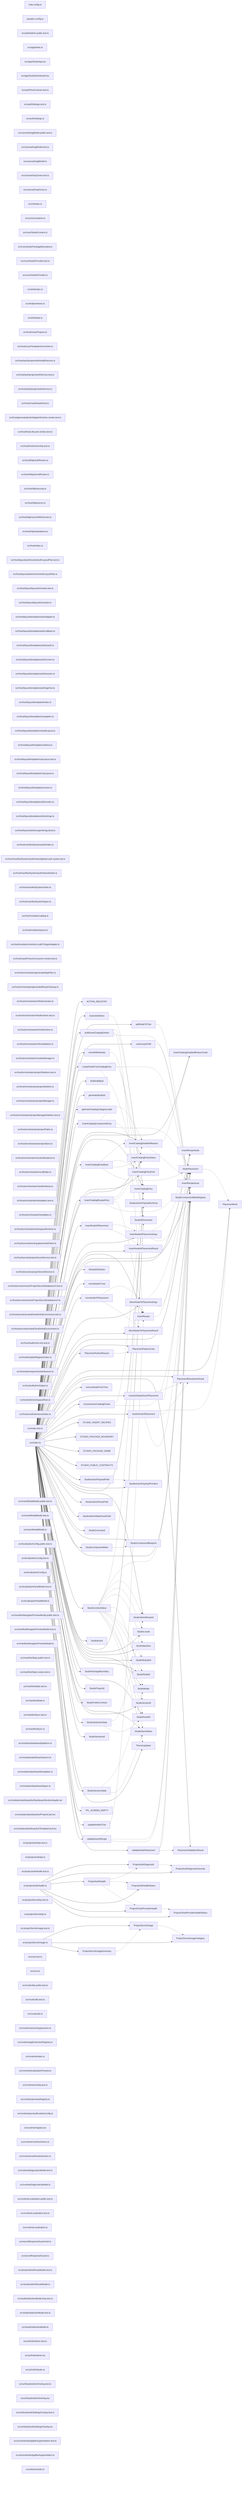
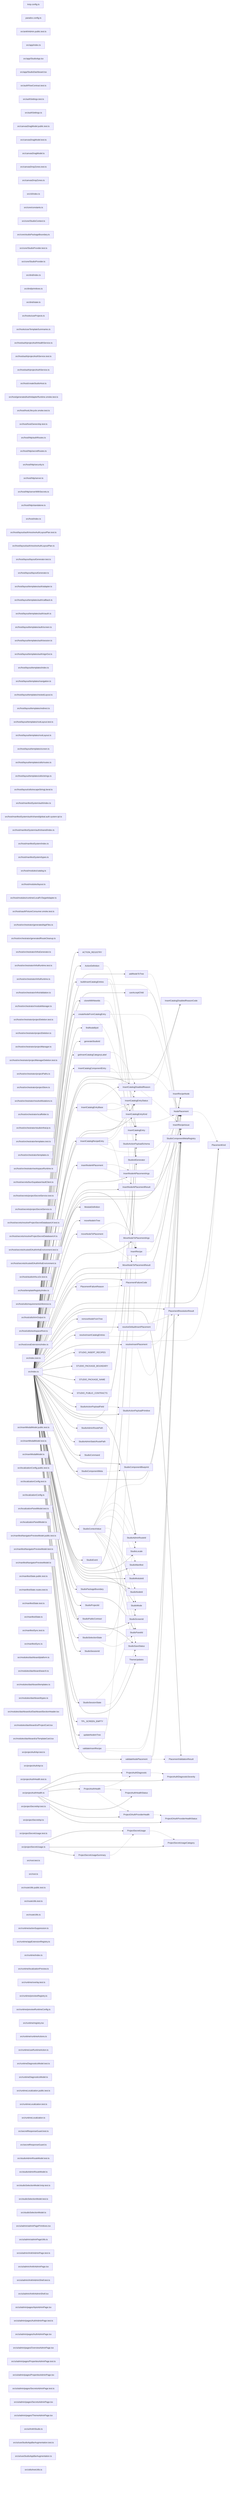
graph LR
  module_knip_config_ts["knip.config.ts"]
  module_paradox_config_ts["paradox.config.ts"]
  module_src_ankhAdmin_public_test_ts["src/ankhAdmin.public.test.ts"]
  module_src_app_index_ts["src/app/index.ts"]
  module_src_app_StudioApp_tsx["src/app/StudioApp.tsx"]
  module_src_app_StudioDashboard_tsx["src/app/StudioDashboard.tsx"]
  module_src_authFlowContract_test_ts["src/authFlowContract.test.ts"]
  module_src_authSettings_test_ts["src/authSettings.test.ts"]
  module_src_authSettings_ts["src/authSettings.ts"]
  module_src_canvasDragModel_public_test_ts["src/canvasDragModel.public.test.ts"]
  module_src_canvasDragModel_test_ts["src/canvasDragModel.test.ts"]
  module_src_canvasDragModel_ts["src/canvasDragModel.ts"]
  module_src_canvasDropZones_test_ts["src/canvasDropZones.test.ts"]
  module_src_canvasDropZones_ts["src/canvasDropZones.ts"]
  module_src_cli_index_ts["src/cli/index.ts"]
  module_src_core_constants_ts["src/core/constants.ts"]
  module_src_core_StudioContext_ts["src/core/StudioContext.ts"]
  module_src_core_studioPackageBoundary_ts["src/core/studioPackageBoundary.ts"]
  module_src_core_StudioProvider_test_ts["src/core/StudioProvider.test.ts"]
  module_src_core_StudioProvider_ts["src/core/StudioProvider.ts"]
  module_src_dnd_index_ts["src/dnd/index.ts"]
  module_src_dnd_primitives_ts["src/dnd/primitives.ts"]
  module_src_dnd_state_ts["src/dnd/state.ts"]
  module_src_hooks_useProjects_ts["src/hooks/useProjects.ts"]
  module_src_hooks_useTemplateSummaries_ts["src/hooks/useTemplateSummaries.ts"]
  module_src_host_auth_projectAuthHealthService_ts["src/host/auth/projectAuthHealthService.ts"]
  module_src_host_auth_projectAuthService_test_ts["src/host/auth/projectAuthService.test.ts"]
  module_src_host_auth_projectAuthService_ts["src/host/auth/projectAuthService.ts"]
  module_src_host_createStudioHost_ts["src/host/createStudioHost.ts"]
  module_src_host_generatedAuthAdapterRuntime_smoke_test_ts["src/host/generatedAuthAdapterRuntime.smoke.test.ts"]
  module_src_host_hostLifecycle_smoke_test_ts["src/host/hostLifecycle.smoke.test.ts"]
  module_src_host_hostOwnership_test_ts["src/host/hostOwnership.test.ts"]
  module_src_host_http_authRoutes_ts["src/host/http/authRoutes.ts"]
  module_src_host_http_secretRoutes_ts["src/host/http/secretRoutes.ts"]
  module_src_host_http_security_ts["src/host/http/security.ts"]
  module_src_host_http_server_ts["src/host/http/server.ts"]
  module_src_host_http_serverWithSecrets_ts["src/host/http/serverWithSecrets.ts"]
  module_src_host_http_standalone_ts["src/host/http/standalone.ts"]
  module_src_host_index_ts["src/host/index.ts"]
  module_src_host_layout_auth_resolveAuthLayoutPlan_test_ts["src/host/layout/auth/resolveAuthLayoutPlan.test.ts"]
  module_src_host_layout_auth_resolveAuthLayoutPlan_ts["src/host/layout/auth/resolveAuthLayoutPlan.ts"]
  module_src_host_layout_layoutGenerator_test_ts["src/host/layout/layoutGenerator.test.ts"]
  module_src_host_layout_layoutGenerator_ts["src/host/layout/layoutGenerator.ts"]
  module_src_host_layout_templates_auth_adapter_ts["src/host/layout/templates/auth/adapter.ts"]
  module_src_host_layout_templates_auth_callback_ts["src/host/layout/templates/auth/callback.ts"]
  module_src_host_layout_templates_auth_oauth_ts["src/host/layout/templates/auth/oauth.ts"]
  module_src_host_layout_templates_auth_screen_ts["src/host/layout/templates/auth/screen.ts"]
  module_src_host_layout_templates_auth_session_ts["src/host/layout/templates/auth/session.ts"]
  module_src_host_layout_templates_auth_signOut_ts["src/host/layout/templates/auth/signOut.ts"]
  module_src_host_layout_templates_index_ts["src/host/layout/templates/index.ts"]
  module_src_host_layout_templates_navigation_ts["src/host/layout/templates/navigation.ts"]
  module_src_host_layout_templates_nestedLayout_ts["src/host/layout/templates/nestedLayout.ts"]
  module_src_host_layout_templates_redirect_ts["src/host/layout/templates/redirect.ts"]
  module_src_host_layout_templates_rootLayout_test_ts["src/host/layout/templates/rootLayout.test.ts"]
  module_src_host_layout_templates_rootLayout_ts["src/host/layout/templates/rootLayout.ts"]
  module_src_host_layout_templates_screen_ts["src/host/layout/templates/screen.ts"]
  module_src_host_layout_templates_utils_routes_ts["src/host/layout/templates/utils/routes.ts"]
  module_src_host_layout_templates_utils_strings_ts["src/host/layout/templates/utils/strings.ts"]
  module_src_host_layout_utils_escapeStringLiteral_ts["src/host/layout/utils/escapeStringLiteral.ts"]
  module_src_host_manifestSystem_auth_index_ts["src/host/manifestSystem/auth/index.ts"]
  module_src_host_manifestSystem_auth_shared_global_auth_system_tpl_ts["src/host/manifestSystem/auth/shared/global.auth.system.tpl.ts"]
  module_src_host_manifestSystem_auth_shared_index_ts["src/host/manifestSystem/auth/shared/index.ts"]
  module_src_host_manifestSystem_index_ts["src/host/manifestSystem/index.ts"]
  module_src_host_manifestSystem_types_ts["src/host/manifestSystem/types.ts"]
  module_src_host_modules_catalog_ts["src/host/modules/catalog.ts"]
  module_src_host_modules_layout_ts["src/host/modules/layout.ts"]
  module_src_host_modules_runtime_LocalFsTargetAdapter_ts["src/host/modules/runtime/LocalFsTargetAdapter.ts"]
  module_src_host_oauthFixtureConsumer_smoke_test_ts["src/host/oauthFixtureConsumer.smoke.test.ts"]
  module_src_host_orchestrator_generatedAppFiles_ts["src/host/orchestrator/generatedAppFiles.ts"]
  module_src_host_orchestrator_generatedRouteCleanup_ts["src/host/orchestrator/generatedRouteCleanup.ts"]
  module_src_host_orchestrator_infraGenerator_ts["src/host/orchestrator/infraGenerator.ts"]
  module_src_host_orchestrator_infraRuntime_test_ts["src/host/orchestrator/infraRuntime.test.ts"]
  module_src_host_orchestrator_infraRuntime_ts["src/host/orchestrator/infraRuntime.ts"]
  module_src_host_orchestrator_infraValidation_ts["src/host/orchestrator/infraValidation.ts"]
  module_src_host_orchestrator_moduleManager_ts["src/host/orchestrator/moduleManager.ts"]
  module_src_host_orchestrator_projectDeletion_test_ts["src/host/orchestrator/projectDeletion.test.ts"]
  module_src_host_orchestrator_projectDeletion_ts["src/host/orchestrator/projectDeletion.ts"]
  module_src_host_orchestrator_projectManager_ts["src/host/orchestrator/projectManager.ts"]
  module_src_host_orchestrator_projectManagerDeletion_test_ts["src/host/orchestrator/projectManagerDeletion.test.ts"]
  module_src_host_orchestrator_projectPaths_ts["src/host/orchestrator/projectPaths.ts"]
  module_src_host_orchestrator_projectStore_ts["src/host/orchestrator/projectStore.ts"]
  module_src_host_orchestrator_resolveMutations_ts["src/host/orchestrator/resolveMutations.ts"]
  module_src_host_orchestrator_scaffolder_ts["src/host/orchestrator/scaffolder.ts"]
  module_src_host_orchestrator_studioInfraUp_ts["src/host/orchestrator/studioInfraUp.ts"]
  module_src_host_orchestrator_templates_test_ts["src/host/orchestrator/templates.test.ts"]
  module_src_host_orchestrator_templates_ts["src/host/orchestrator/templates.ts"]
  module_src_host_orchestrator_workspaceRuntime_ts["src/host/orchestrator/workspaceRuntime.ts"]
  module_src_host_secrets_bunSupabaseVaultClient_ts["src/host/secrets/bunSupabaseVaultClient.ts"]
  module_src_host_secrets_projectSecretService_test_ts["src/host/secrets/projectSecretService.test.ts"]
  module_src_host_secrets_projectSecretService_ts["src/host/secrets/projectSecretService.ts"]
  module_src_host_secrets_resolveProjectSecretDatabaseUrl_test_ts["src/host/secrets/resolveProjectSecretDatabaseUrl.test.ts"]
  module_src_host_secrets_resolveProjectSecretDatabaseUrl_ts["src/host/secrets/resolveProjectSecretDatabaseUrl.ts"]
  module_src_host_secrets_trustedOAuthInfraEnvironment_test_ts["src/host/secrets/trustedOAuthInfraEnvironment.test.ts"]
  module_src_host_secrets_trustedOAuthInfraEnvironment_ts["src/host/secrets/trustedOAuthInfraEnvironment.ts"]
  module_src_host_studioInfra_e2e_test_ts["src/host/studioInfra.e2e.test.ts"]
  module_src_host_templateRegistry_index_ts["src/host/templateRegistry/index.ts"]
  module_src_host_utils_requirementsInference_ts["src/host/utils/requirementsInference.ts"]
  module_src_host_utils_trimOutput_ts["src/host/utils/trimOutput.ts"]
  module_src_host_utils_workspaceRoot_ts["src/host/utils/workspaceRoot.ts"]
  module_src_host_zoraExtensions_index_ts["src/host/zoraExtensions/index.ts"]
  module_src_index_test_ts["src/index.test.ts"]
  module_src_index_ts["src/index.ts"]
  module_src_insertModalModel_public_test_ts["src/insertModalModel.public.test.ts"]
  module_src_insertModalModel_test_ts["src/insertModalModel.test.ts"]
  module_src_insertModalModel_ts["src/insertModalModel.ts"]
  module_src_localizationConfig_public_test_ts["src/localizationConfig.public.test.ts"]
  module_src_localizationConfig_test_ts["src/localizationConfig.test.ts"]
  module_src_localizationConfig_ts["src/localizationConfig.ts"]
  module_src_localizationPanelModel_test_ts["src/localizationPanelModel.test.ts"]
  module_src_localizationPanelModel_ts["src/localizationPanelModel.ts"]
  module_src_manifestNavigatorPreviewModel_public_test_ts["src/manifestNavigatorPreviewModel.public.test.ts"]
  module_src_manifestNavigatorPreviewModel_test_ts["src/manifestNavigatorPreviewModel.test.ts"]
  module_src_manifestNavigatorPreviewModel_ts["src/manifestNavigatorPreviewModel.ts"]
  module_src_manifestState_public_test_ts["src/manifestState.public.test.ts"]
  module_src_manifestState_routes_test_ts["src/manifestState.routes.test.ts"]
  module_src_manifestState_test_ts["src/manifestState.test.ts"]
  module_src_manifestState_ts["src/manifestState.ts"]
  module_src_manifestSync_test_ts["src/manifestSync.test.ts"]
  module_src_manifestSync_ts["src/manifestSync.ts"]
  module_src_modules_dashboard_platform_ts["src/modules/dashboard/platform.ts"]
  module_src_modules_dashboard_search_ts["src/modules/dashboard/search.ts"]
  module_src_modules_dashboard_templates_ts["src/modules/dashboard/templates.ts"]
  module_src_modules_dashboard_types_ts["src/modules/dashboard/types.ts"]
  module_src_modules_dashboard_ui_DashboardSectionHeader_tsx["src/modules/dashboard/ui/DashboardSectionHeader.tsx"]
  module_src_modules_dashboard_ui_ProjectCard_tsx["src/modules/dashboard/ui/ProjectCard.tsx"]
  module_src_modules_dashboard_ui_TemplateCard_tsx["src/modules/dashboard/ui/TemplateCard.tsx"]
  module_src_projectAuthApi_test_ts["src/projectAuthApi.test.ts"]
  module_src_projectAuthApi_ts["src/projectAuthApi.ts"]
  module_src_projectAuthHealth_test_ts["src/projectAuthHealth.test.ts"]
  module_src_projectAuthHealth_ts["src/projectAuthHealth.ts"]
  module_src_projectSecretApi_test_ts["src/projectSecretApi.test.ts"]
  module_src_projectSecretApi_ts["src/projectSecretApi.ts"]
  module_src_projectSecretUsage_test_ts["src/projectSecretUsage.test.ts"]
  module_src_projectSecretUsage_ts["src/projectSecretUsage.ts"]
  module_src_root_test_ts["src/root.test.ts"]
  module_src_root_ts["src/root.ts"]
  module_src_routeUtils_public_test_ts["src/routeUtils.public.test.ts"]
  module_src_routeUtils_test_ts["src/routeUtils.test.ts"]
  module_src_routeUtils_ts["src/routeUtils.ts"]
  module_src_runtime_actionSuppression_ts["src/runtime/actionSuppression.ts"]
  module_src_runtime_appExtensionRegistry_ts["src/runtime/appExtensionRegistry.ts"]
  module_src_runtime_index_ts["src/runtime/index.ts"]
  module_src_runtime_localizationPreview_ts["src/runtime/localizationPreview.ts"]
  module_src_runtime_overlay_test_ts["src/runtime/overlay.test.ts"]
  module_src_runtime_previewRegistry_ts["src/runtime/previewRegistry.ts"]
  module_src_runtime_previewRuntimeConfig_ts["src/runtime/previewRuntimeConfig.ts"]
  module_src_runtime_registry_tsx["src/runtime/registry.tsx"]
  module_src_runtime_runtimeActions_ts["src/runtime/runtimeActions.ts"]
  module_src_runtime_useRuntimeAction_ts["src/runtime/useRuntimeAction.ts"]
  module_src_runtimeDiagnosticsModel_test_ts["src/runtimeDiagnosticsModel.test.ts"]
  module_src_runtimeDiagnosticsModel_ts["src/runtimeDiagnosticsModel.ts"]
  module_src_runtimeLocalization_public_test_ts["src/runtimeLocalization.public.test.ts"]
  module_src_runtimeLocalization_test_ts["src/runtimeLocalization.test.ts"]
  module_src_runtimeLocalization_ts["src/runtimeLocalization.ts"]
  module_src_secretResponseGuard_test_ts["src/secretResponseGuard.test.ts"]
  module_src_secretResponseGuard_ts["src/secretResponseGuard.ts"]
  module_src_studioAdminRouteModel_test_ts["src/studioAdminRouteModel.test.ts"]
  module_src_studioAdminRouteModel_ts["src/studioAdminRouteModel.ts"]
  module_src_studioSelectionModel_knip_test_ts["src/studioSelectionModel.knip.test.ts"]
  module_src_studioSelectionModel_test_ts["src/studioSelectionModel.test.ts"]
  module_src_studioSelectionModel_ts["src/studioSelectionModel.ts"]
-   module_src_ui_AnkhAdmin_test_ts["src/ui/AnkhAdmin.test.ts"]
-   module_src_ui_AnkhAdmin_tsx["src/ui/AnkhAdmin.tsx"]
+   module_src_ui_admin_adminPagePrimitives_tsx["src/ui/admin/adminPagePrimitives.tsx"]
+   module_src_ui_admin_adminPageUtils_ts["src/ui/admin/adminPageUtils.ts"]
+   module_src_ui_admin_AnkhAdminPage_test_ts["src/ui/admin/AnkhAdminPage.test.ts"]
+   module_src_ui_admin_AnkhAdminPage_tsx["src/ui/admin/AnkhAdminPage.tsx"]
+   module_src_ui_admin_AnkhAdminShell_test_ts["src/ui/admin/AnkhAdminShell.test.ts"]
+   module_src_ui_admin_AnkhAdminShell_tsx["src/ui/admin/AnkhAdminShell.tsx"]
+   module_src_ui_admin_pages_ApisAdminPage_tsx["src/ui/admin/pages/ApisAdminPage.tsx"]
+   module_src_ui_admin_pages_AuthAdminPage_test_ts["src/ui/admin/pages/AuthAdminPage.test.ts"]
+   module_src_ui_admin_pages_AuthAdminPage_tsx["src/ui/admin/pages/AuthAdminPage.tsx"]
+   module_src_ui_admin_pages_OverviewAdminPage_tsx["src/ui/admin/pages/OverviewAdminPage.tsx"]
+   module_src_ui_admin_pages_PropertiesAdminPage_test_ts["src/ui/admin/pages/PropertiesAdminPage.test.ts"]
+   module_src_ui_admin_pages_PropertiesAdminPage_tsx["src/ui/admin/pages/PropertiesAdminPage.tsx"]
+   module_src_ui_admin_pages_SecretsAdminPage_test_ts["src/ui/admin/pages/SecretsAdminPage.test.ts"]
+   module_src_ui_admin_pages_SecretsAdminPage_tsx["src/ui/admin/pages/SecretsAdminPage.tsx"]
+   module_src_ui_admin_pages_ThemeAdminPage_tsx["src/ui/admin/pages/ThemeAdminPage.tsx"]
  module_src_ui_AnkhStudio_ts["src/ui/AnkhStudio.ts"]
-   module_src_ui_StudioAdminOverlay_test_ts["src/ui/StudioAdminOverlay.test.ts"]
-   module_src_ui_StudioAdminOverlay_tsx["src/ui/StudioAdminOverlay.tsx"]
-   module_src_ui_StudioAuthSettingsOverlay_test_ts["src/ui/StudioAuthSettingsOverlay.test.ts"]
-   module_src_ui_StudioAuthSettingsOverlay_tsx["src/ui/StudioAuthSettingsOverlay.tsx"]
  module_src_ui_useStudioAppBarAugmentation_test_ts["src/ui/useStudioAppBarAugmentation.test.ts"]
  module_src_ui_useStudioAppBarAugmentation_ts["src/ui/useStudioAppBarAugmentation.ts"]
  module_src_utils_treeUtils_ts["src/utils/treeUtils.ts"]
  export_ACTION_REGISTRY["ACTION_REGISTRY"]
  module_src_index_ts --> export_ACTION_REGISTRY
  export_ActionDefinition["ActionDefinition"]
  module_src_index_ts --> export_ActionDefinition
  export_ActionDefinition -.-> export_StudioActionPayloadSchema
  export_addNodeToTree["addNodeToTree"]
  module_src_index_ts --> export_addNodeToTree
  export_addNodeToTree -.-> export_StudioComponentMetaRegistry
  export_buildInsertCatalogEntries["buildInsertCatalogEntries"]
  module_src_index_ts --> export_buildInsertCatalogEntries
  export_buildInsertCatalogEntries -.-> export_InsertCatalogEntry
  export_buildInsertCatalogEntries -.-> export_InsertRecipe
  export_buildInsertCatalogEntries -.-> export_StudioComponentMetaRegistry
  export_canAcceptChild["canAcceptChild"]
  module_src_index_ts --> export_canAcceptChild
  export_canAcceptChild -.-> export_StudioComponentMetaRegistry
  export_cloneWithNewIds["cloneWithNewIds"]
  module_src_index_ts --> export_cloneWithNewIds
  export_cloneWithNewIds -.-> export_StudioIdGenerator
  export_createNodeFromCatalogEntry["createNodeFromCatalogEntry"]
  module_src_index_ts --> export_createNodeFromCatalogEntry
  export_createNodeFromCatalogEntry -.-> export_InsertCatalogEntry
  export_createNodeFromCatalogEntry -.-> export_StudioComponentMetaRegistry
  export_createNodeFromCatalogEntry -.-> export_StudioIdGenerator
  export_findNodeById["findNodeById"]
  module_src_index_ts --> export_findNodeById
  export_generateStudioId["generateStudioId"]
  module_src_index_ts --> export_generateStudioId
  export_getInsertCatalogCategoryLabel["getInsertCatalogCategoryLabel"]
  module_src_index_ts --> export_getInsertCatalogCategoryLabel
  export_InsertCatalogComponentEntry["InsertCatalogComponentEntry"]
  module_src_index_ts --> export_InsertCatalogComponentEntry
  export_InsertCatalogComponentEntry -.-> export_InsertCatalogDisabledReason
  export_InsertCatalogComponentEntry -.-> export_InsertCatalogEntryStatus
  export_InsertCatalogComponentEntry -.-> export_NodePlacement
  export_InsertCatalogDisabledReason["InsertCatalogDisabledReason"]
  module_src_index_ts --> export_InsertCatalogDisabledReason
  export_InsertCatalogDisabledReason -.-> export_InsertCatalogDisabledReasonCode
  export_InsertCatalogDisabledReason -.-> export_InsertRecipeIssue
  export_InsertCatalogDisabledReasonCode["InsertCatalogDisabledReasonCode"]
  module_src_index_ts --> export_InsertCatalogDisabledReasonCode
  export_InsertCatalogEntry["InsertCatalogEntry"]
  module_src_index_ts --> export_InsertCatalogEntry
  export_InsertCatalogEntryBase["InsertCatalogEntryBase"]
  module_src_index_ts --> export_InsertCatalogEntryBase
  export_InsertCatalogEntryBase -.-> export_InsertCatalogDisabledReason
  export_InsertCatalogEntryBase -.-> export_InsertCatalogEntryKind
  export_InsertCatalogEntryBase -.-> export_InsertCatalogEntryStatus
  export_InsertCatalogEntryBase -.-> export_NodePlacement
  export_InsertCatalogEntryKind["InsertCatalogEntryKind"]
  module_src_index_ts --> export_InsertCatalogEntryKind
  export_InsertCatalogEntryStatus["InsertCatalogEntryStatus"]
  module_src_index_ts --> export_InsertCatalogEntryStatus
  export_InsertCatalogRecipeEntry["InsertCatalogRecipeEntry"]
  module_src_index_ts --> export_InsertCatalogRecipeEntry
  export_InsertCatalogRecipeEntry -.-> export_InsertCatalogDisabledReason
  export_InsertCatalogRecipeEntry -.-> export_InsertCatalogEntryStatus
  export_InsertCatalogRecipeEntry -.-> export_InsertRecipe
  export_InsertCatalogRecipeEntry -.-> export_NodePlacement
  export_insertNodeAtPlacement["insertNodeAtPlacement"]
  module_src_index_ts --> export_insertNodeAtPlacement
  export_insertNodeAtPlacement -.-> export_InsertNodeAtPlacementArgs
  export_insertNodeAtPlacement -.-> export_InsertNodeAtPlacementResult
  export_InsertNodeAtPlacementArgs["InsertNodeAtPlacementArgs"]
  module_src_index_ts --> export_InsertNodeAtPlacementArgs
  export_InsertNodeAtPlacementArgs -.-> export_NodePlacement
  export_InsertNodeAtPlacementArgs -.-> export_StudioComponentMetaRegistry
  export_InsertNodeAtPlacementResult["InsertNodeAtPlacementResult"]
  module_src_index_ts --> export_InsertNodeAtPlacementResult
  export_InsertRecipe["InsertRecipe"]
  module_src_index_ts --> export_InsertRecipe
  export_InsertRecipe -.-> export_InsertRecipeNode
  export_InsertRecipeIssue["InsertRecipeIssue"]
  module_src_index_ts --> export_InsertRecipeIssue
  export_InsertRecipeNode["InsertRecipeNode"]
  module_src_index_ts --> export_InsertRecipeNode
  export_ModuleDefinition["ModuleDefinition"]
  module_src_index_ts --> export_ModuleDefinition
  export_moveNodeInTree["moveNodeInTree"]
  module_src_index_ts --> export_moveNodeInTree
  export_moveNodeToPlacement["moveNodeToPlacement"]
  module_src_index_ts --> export_moveNodeToPlacement
  export_moveNodeToPlacement -.-> export_MoveNodeToPlacementArgs
  export_moveNodeToPlacement -.-> export_MoveNodeToPlacementResult
  export_MoveNodeToPlacementArgs["MoveNodeToPlacementArgs"]
  module_src_index_ts --> export_MoveNodeToPlacementArgs
  export_MoveNodeToPlacementArgs -.-> export_NodePlacement
  export_MoveNodeToPlacementArgs -.-> export_StudioComponentMetaRegistry
  export_MoveNodeToPlacementResult["MoveNodeToPlacementResult"]
  module_src_index_ts --> export_MoveNodeToPlacementResult
  export_NodePlacement["NodePlacement"]
  module_src_index_ts --> export_NodePlacement
  export_NodePlacement -.-> export_PlacementKind
  export_PlacementFailureCode["PlacementFailureCode"]
  module_src_index_ts --> export_PlacementFailureCode
  export_PlacementFailureReason["PlacementFailureReason"]
  module_src_index_ts --> export_PlacementFailureReason
  export_PlacementFailureReason -.-> export_PlacementFailureCode
  export_PlacementKind["PlacementKind"]
  module_src_index_ts --> export_PlacementKind
  export_PlacementResolutionResult["PlacementResolutionResult"]
  module_src_index_ts --> export_PlacementResolutionResult
  export_PlacementValidationResult["PlacementValidationResult"]
  module_src_index_ts --> export_PlacementValidationResult
  export_ProjectAuthDiagnostic["ProjectAuthDiagnostic"]
  module_src_projectAuthHealth_ts --> export_ProjectAuthDiagnostic
  export_ProjectAuthDiagnostic -.-> export_ProjectAuthDiagnosticSeverity
  export_ProjectAuthDiagnosticSeverity["ProjectAuthDiagnosticSeverity"]
  module_src_projectAuthHealth_ts --> export_ProjectAuthDiagnosticSeverity
  export_ProjectAuthHealth["ProjectAuthHealth"]
  module_src_projectAuthHealth_ts --> export_ProjectAuthHealth
  export_ProjectAuthHealth -.-> export_ProjectAuthDiagnostic
  export_ProjectAuthHealth -.-> export_ProjectAuthHealthStatus
  export_ProjectAuthHealth -.-> export_ProjectOAuthProviderHealth
  export_ProjectAuthHealthStatus["ProjectAuthHealthStatus"]
  module_src_projectAuthHealth_ts --> export_ProjectAuthHealthStatus
  export_ProjectOAuthProviderHealth["ProjectOAuthProviderHealth"]
  module_src_projectAuthHealth_ts --> export_ProjectOAuthProviderHealth
  export_ProjectOAuthProviderHealth -.-> export_ProjectOAuthProviderHealthStatus
  export_ProjectOAuthProviderHealthStatus["ProjectOAuthProviderHealthStatus"]
  module_src_projectAuthHealth_ts --> export_ProjectOAuthProviderHealthStatus
  export_ProjectSecretUsage["ProjectSecretUsage"]
  module_src_projectSecretUsage_ts --> export_ProjectSecretUsage
  export_ProjectSecretUsage -.-> export_ProjectSecretUsageCategory
  export_ProjectSecretUsageCategory["ProjectSecretUsageCategory"]
  module_src_projectSecretUsage_ts --> export_ProjectSecretUsageCategory
  export_ProjectSecretUsageSummary["ProjectSecretUsageSummary"]
  module_src_projectSecretUsage_ts --> export_ProjectSecretUsageSummary
  export_ProjectSecretUsageSummary -.-> export_ProjectSecretUsage
  export_removeNodeFromTree["removeNodeFromTree"]
  module_src_index_ts --> export_removeNodeFromTree
  export_resolveDefaultInsertPlacement["resolveDefaultInsertPlacement"]
  module_src_index_ts --> export_resolveDefaultInsertPlacement
  export_resolveDefaultInsertPlacement -.-> export_PlacementResolutionResult
  export_resolveDefaultInsertPlacement -.-> export_StudioComponentMetaRegistry
  export_resolveInsertCatalogEntries["resolveInsertCatalogEntries"]
  module_src_index_ts --> export_resolveInsertCatalogEntries
  export_resolveInsertCatalogEntries -.-> export_InsertCatalogEntry
  export_resolveInsertCatalogEntries -.-> export_StudioComponentMetaRegistry
  export_resolveInsertPlacement["resolveInsertPlacement"]
  module_src_index_ts --> export_resolveInsertPlacement
  export_resolveInsertPlacement -.-> export_PlacementKind
  export_resolveInsertPlacement -.-> export_PlacementResolutionResult
  export_resolveInsertPlacement -.-> export_StudioComponentMetaRegistry
  export_STUDIO_INSERT_RECIPES["STUDIO_INSERT_RECIPES"]
  module_src_index_ts --> export_STUDIO_INSERT_RECIPES
  export_STUDIO_PACKAGE_BOUNDARY["STUDIO_PACKAGE_BOUNDARY"]
  module_src_index_ts --> export_STUDIO_PACKAGE_BOUNDARY
  export_STUDIO_PACKAGE_NAME["STUDIO_PACKAGE_NAME"]
  module_src_index_ts --> export_STUDIO_PACKAGE_NAME
  export_STUDIO_PUBLIC_CONTRACTS["STUDIO_PUBLIC_CONTRACTS"]
  module_src_index_ts --> export_STUDIO_PUBLIC_CONTRACTS
  export_StudioActionPayloadField["StudioActionPayloadField"]
  module_src_index_ts --> export_StudioActionPayloadField
  export_StudioActionPayloadField -.-> export_StudioActionPayloadPrimitive
  export_StudioActionPayloadPrimitive["StudioActionPayloadPrimitive"]
  module_src_index_ts --> export_StudioActionPayloadPrimitive
  export_StudioActionPayloadSchema["StudioActionPayloadSchema"]
  module_src_index_ts --> export_StudioActionPayloadSchema
  export_StudioAdminRouteId["StudioAdminRouteId"]
  module_src_index_ts --> export_StudioAdminRouteId
  export_StudioAdminRoutePath["StudioAdminRoutePath"]
  module_src_index_ts --> export_StudioAdminRoutePath
  export_StudioAdminStaticRoutePath["StudioAdminStaticRoutePath"]
  module_src_index_ts --> export_StudioAdminStaticRoutePath
  export_StudioCommand["StudioCommand"]
  module_src_index_ts --> export_StudioCommand
  export_StudioComponentBlueprint["StudioComponentBlueprint"]
  module_src_index_ts --> export_StudioComponentBlueprint
  export_StudioComponentMeta["StudioComponentMeta"]
  module_src_index_ts --> export_StudioComponentMeta
  export_StudioComponentMeta -.-> export_StudioComponentBlueprint
  export_StudioComponentMetaRegistry["StudioComponentMetaRegistry"]
  module_src_index_ts --> export_StudioComponentMetaRegistry
  export_StudioContextValue["StudioContextValue"]
  module_src_index_ts --> export_StudioContextValue
  export_StudioContextValue -.-> export_InsertCatalogEntry
  export_StudioContextValue -.-> export_NodePlacement
  export_StudioContextValue -.-> export_StudioAdminRouteId
  export_StudioContextValue -.-> export_StudioLocale
  export_StudioContextValue -.-> export_StudioManifest
  export_StudioContextValue -.-> export_StudioMode
  export_StudioContextValue -.-> export_StudioModuleId
  export_StudioContextValue -.-> export_StudioNodeId
  export_StudioContextValue -.-> export_StudioPanelId
  export_StudioContextValue -.-> export_StudioSaveStatus
  export_StudioContextValue -.-> export_StudioScreenId
  export_StudioContextValue -.-> export_ThemeUpdates
  export_StudioEvent["StudioEvent"]
  module_src_index_ts --> export_StudioEvent
  export_StudioIdGenerator["StudioIdGenerator"]
  module_src_index_ts --> export_StudioIdGenerator
  export_StudioLocale["StudioLocale"]
  module_src_index_ts --> export_StudioLocale
  export_StudioManifest["StudioManifest"]
  module_src_index_ts --> export_StudioManifest
  export_StudioMode["StudioMode"]
  module_src_index_ts --> export_StudioMode
  export_StudioModuleId["StudioModuleId"]
  module_src_index_ts --> export_StudioModuleId
  export_StudioNodeId["StudioNodeId"]
  module_src_index_ts --> export_StudioNodeId
  export_StudioPackageBoundary["StudioPackageBoundary"]
  module_src_index_ts --> export_StudioPackageBoundary
  export_StudioPanelId["StudioPanelId"]
  module_src_index_ts --> export_StudioPanelId
  export_StudioProjectId["StudioProjectId"]
  module_src_index_ts --> export_StudioProjectId
  export_StudioPublicContract["StudioPublicContract"]
  module_src_index_ts --> export_StudioPublicContract
  export_StudioSaveStatus["StudioSaveStatus"]
  module_src_index_ts --> export_StudioSaveStatus
  export_StudioScreenId["StudioScreenId"]
  module_src_index_ts --> export_StudioScreenId
  export_StudioSelectionState["StudioSelectionState"]
  module_src_index_ts --> export_StudioSelectionState
  export_StudioSelectionState -.-> export_StudioAdminRouteId
  export_StudioSelectionState -.-> export_StudioPanelId
  export_StudioSessionId["StudioSessionId"]
  module_src_index_ts --> export_StudioSessionId
  export_StudioSessionState["StudioSessionState"]
  module_src_index_ts --> export_StudioSessionState
  export_StudioSessionState -.-> export_StudioMode
  export_StudioSessionState -.-> export_StudioSaveStatus
  export_ThemeUpdates["ThemeUpdates"]
  module_src_index_ts --> export_ThemeUpdates
  export_TPL_SCREEN_EMPTY["TPL_SCREEN_EMPTY"]
  module_src_index_ts --> export_TPL_SCREEN_EMPTY
  export_updateNodeInTree["updateNodeInTree"]
  module_src_index_ts --> export_updateNodeInTree
  export_validateInsertRecipe["validateInsertRecipe"]
  module_src_index_ts --> export_validateInsertRecipe
  export_validateInsertRecipe -.-> export_InsertRecipe
  export_validateInsertRecipe -.-> export_InsertRecipeIssue
  export_validateInsertRecipe -.-> export_StudioComponentMetaRegistry
  export_validateNodePlacement["validateNodePlacement"]
  module_src_index_ts --> export_validateNodePlacement
  export_validateNodePlacement -.-> export_NodePlacement
  export_validateNodePlacement -.-> export_PlacementValidationResult
  export_validateNodePlacement -.-> export_StudioComponentMetaRegistry
